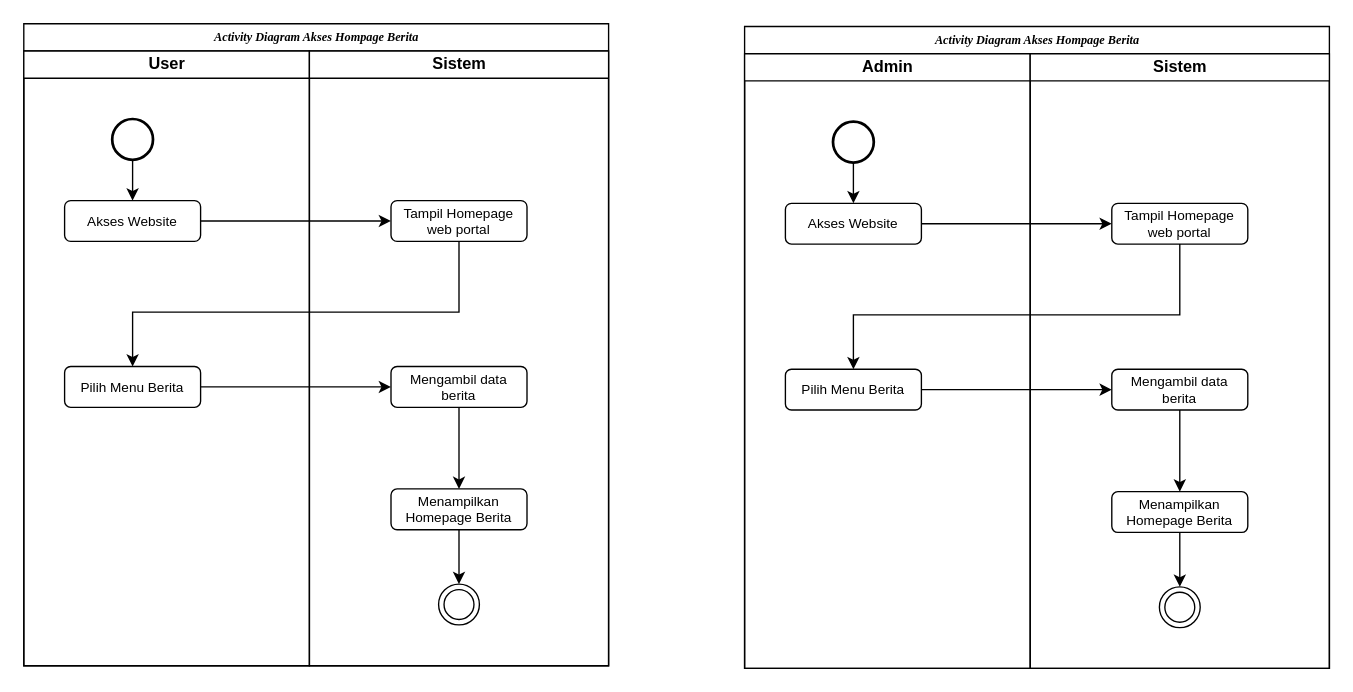
Above: AKSES HOMEPAGE BERITA.drawio in dhmsAdhty/useCase (draw.io), before the change. Source tidied: cells renumbered, new cells numbered last; positions are measured from the earlier drawing's top-left corner, leaving out a move shared by most shapes. Both pictures are drawn from the tidied source at 136%, with x=0, y=0 at pixel (23, 23).
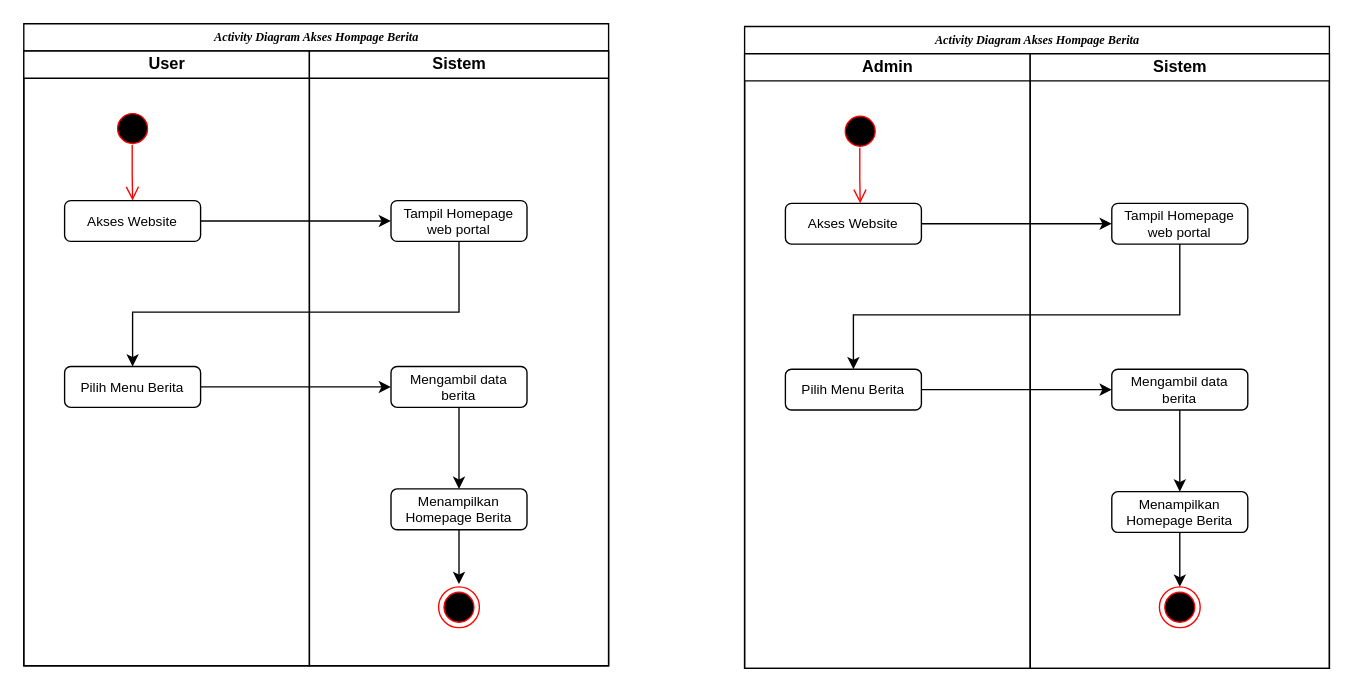
Above is the later version.

Commit message:
KELOLA BERITA

The change refers to these unchanged cells:
```xml
<mxCell id="3" value="User" style="swimlane;html=1;startSize=20;" parent="2" vertex="1">
  <mxGeometry y="20" width="210" height="452" as="geometry" />
</mxCell>
<mxCell id="6" value="Akses Website" style="rounded=1;whiteSpace=wrap;html=1;fontSize=10;" parent="3" vertex="1">
  <mxGeometry x="30" y="110" width="100" height="30" as="geometry" />
</mxCell>
<mxCell id="12" value="Menampilkan Homepage Berita" style="rounded=1;whiteSpace=wrap;html=1;fontSize=10;" parent="3" vertex="1">
  <mxGeometry x="270" y="322" width="100" height="30" as="geometry" />
</mxCell>
<mxCell id="17" value="Sistem" style="swimlane;html=1;startSize=20;" parent="2" vertex="1">
  <mxGeometry x="210" y="20" width="220" height="452" as="geometry" />
</mxCell>
<mxCell id="19" value="Admin" style="swimlane;html=1;startSize=20;" parent="18" vertex="1">
  <mxGeometry y="20" width="210" height="452" as="geometry" />
</mxCell>
<mxCell id="22" value="Akses Website" style="rounded=1;whiteSpace=wrap;html=1;fontSize=10;" parent="19" vertex="1">
  <mxGeometry x="30" y="110" width="100" height="30" as="geometry" />
</mxCell>
<mxCell id="28" value="Menampilkan Homepage Berita" style="rounded=1;whiteSpace=wrap;html=1;fontSize=10;" parent="19" vertex="1">
  <mxGeometry x="270" y="322" width="100" height="30" as="geometry" />
</mxCell>
<mxCell id="33" value="Sistem" style="swimlane;html=1;startSize=20;" parent="18" vertex="1">
  <mxGeometry x="210" y="20" width="220" height="452" as="geometry" />
</mxCell>
```

Diff of the diagram source:
```diff
@@
-    <mxCell id="4" style="edgeStyle=orthogonalEdgeStyle;rounded=0;jettySize=auto;html=1;entryX=0.5;entryY=0;entryDx=0;entryDy=0;" parent="3" edge="1" source="5" target="6">
-      <mxGeometry relative="1" as="geometry" />
-    </mxCell>
-    <mxCell id="5" style="strokeWidth=2;html=1;shape=mxgraph.flowchart.start_2;whiteSpace=wrap;" parent="3" vertex="1">
-      <mxGeometry x="65" y="50" width="30" height="30" as="geometry" />
-    </mxCell>
@@
-    <mxCell id="11" style="edgeStyle=orthogonalEdgeStyle;rounded=0;jettySize=auto;html=1;entryX=0.5;entryY=0;entryDx=0;entryDy=0;" parent="3" edge="1" source="12" target="13">
-      <mxGeometry relative="1" as="geometry" />
+    <mxCell id="11" style="edgeStyle=orthogonalEdgeStyle;rounded=0;jettySize=auto;html=1;entryX=0.5;entryY=0;entryDx=0;entryDy=0;" parent="3" edge="1" source="12">
+      <mxGeometry relative="1" as="geometry">
+        <mxPoint x="320" y="392" as="targetPoint" />
+      </mxGeometry>
     </mxCell>
@@
-    <mxCell id="13" style="ellipse;shape=doubleEllipse;html=1;dashed=0;whiteSpace=wrap;" parent="3" vertex="1">
-      <mxGeometry x="305" y="392" width="30" height="30" as="geometry" />
-    </mxCell>
@@
+    <mxCell id="34" style="ellipse;html=1;shape=startState;fillColor=#000000;strokeColor=#ff0000;" parent="3" vertex="1">
+      <mxGeometry x="65" y="42" width="30" height="30" as="geometry" />
+    </mxCell>
+    <mxCell id="35" style="edgeStyle=orthogonalEdgeStyle;html=1;verticalAlign=bottom;endArrow=open;endSize=8;strokeColor=#ff0000;rounded=0;exitX=0.49;exitY=0.906;exitDx=0;exitDy=0;exitPerimeter=0;" parent="3" edge="1" source="34">
+      <mxGeometry relative="1" as="geometry">
+        <mxPoint x="80" y="110" as="targetPoint" />
+      </mxGeometry>
+    </mxCell>
@@
+    <mxCell id="36" style="ellipse;html=1;shape=endState;fillColor=#000000;strokeColor=#ff0000;" parent="17" vertex="1">
+      <mxGeometry x="95" y="394" width="30" height="30" as="geometry" />
+    </mxCell>
@@
-    <mxCell id="20" style="edgeStyle=orthogonalEdgeStyle;rounded=0;jettySize=auto;html=1;entryX=0.5;entryY=0;entryDx=0;entryDy=0;" parent="19" edge="1" source="21" target="22">
-      <mxGeometry relative="1" as="geometry" />
-    </mxCell>
-    <mxCell id="21" style="strokeWidth=2;html=1;shape=mxgraph.flowchart.start_2;whiteSpace=wrap;" parent="19" vertex="1">
-      <mxGeometry x="65" y="50" width="30" height="30" as="geometry" />
-    </mxCell>
@@
-    <mxCell id="27" style="edgeStyle=orthogonalEdgeStyle;rounded=0;jettySize=auto;html=1;entryX=0.5;entryY=0;entryDx=0;entryDy=0;" parent="19" edge="1" source="28" target="29">
-      <mxGeometry relative="1" as="geometry" />
+    <mxCell id="27" style="edgeStyle=orthogonalEdgeStyle;rounded=0;jettySize=auto;html=1;entryX=0.5;entryY=0;entryDx=0;entryDy=0;" parent="19" edge="1" source="28">
+      <mxGeometry relative="1" as="geometry">
+        <mxPoint x="320" y="392" as="targetPoint" />
+      </mxGeometry>
     </mxCell>
@@
-    <mxCell id="29" style="ellipse;shape=doubleEllipse;html=1;dashed=0;whiteSpace=wrap;" parent="19" vertex="1">
-      <mxGeometry x="305" y="392" width="30" height="30" as="geometry" />
-    </mxCell>
@@
+    <mxCell id="37" style="ellipse;html=1;shape=startState;fillColor=#000000;strokeColor=#ff0000;" parent="19" vertex="1">
+      <mxGeometry x="70" y="42" width="30" height="30" as="geometry" />
+    </mxCell>
+    <mxCell id="38" style="edgeStyle=orthogonalEdgeStyle;html=1;verticalAlign=bottom;endArrow=open;endSize=8;strokeColor=#ff0000;rounded=0;exitX=0.49;exitY=0.906;exitDx=0;exitDy=0;exitPerimeter=0;" parent="19" edge="1" source="37">
+      <mxGeometry relative="1" as="geometry">
+        <mxPoint x="85" y="110" as="targetPoint" />
+      </mxGeometry>
+    </mxCell>
@@
+    <mxCell id="39" style="ellipse;html=1;shape=endState;fillColor=#000000;strokeColor=#ff0000;" parent="33" vertex="1">
+      <mxGeometry x="95" y="392" width="30" height="30" as="geometry" />
+    </mxCell>
```
